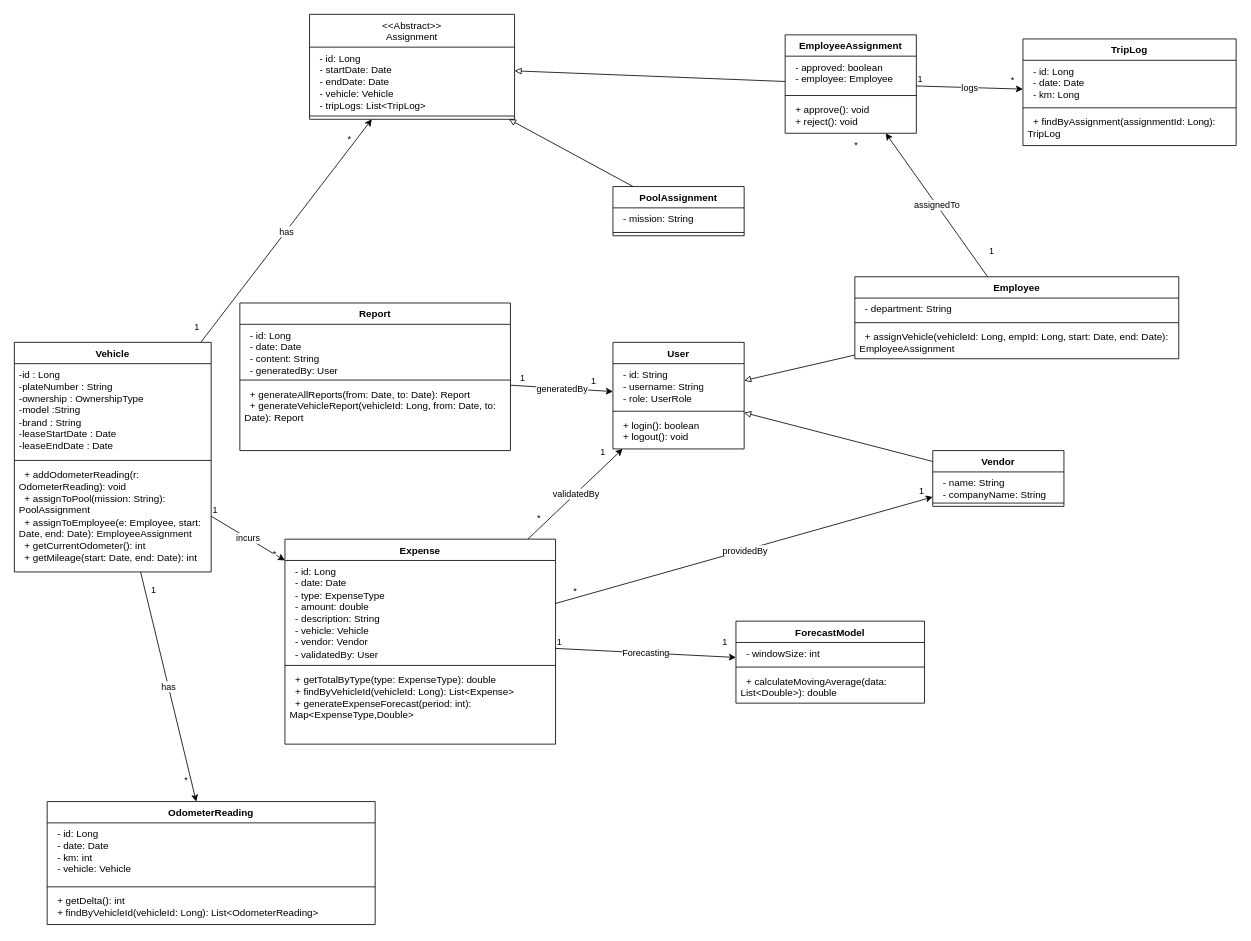
Above: diagrams/class_diagram.drawio in melihyelman/yazilimi-muhendisligi-proje (draw.io), before the change. Source tidied: cells renumbered, new cells numbered last; positions are measured from the earlier drawing's top-left corner, leaving out a move shared by most shapes. Both pictures are drawn from the tidied source at 82%, with x=0, y=0 at pixel (14, 14).
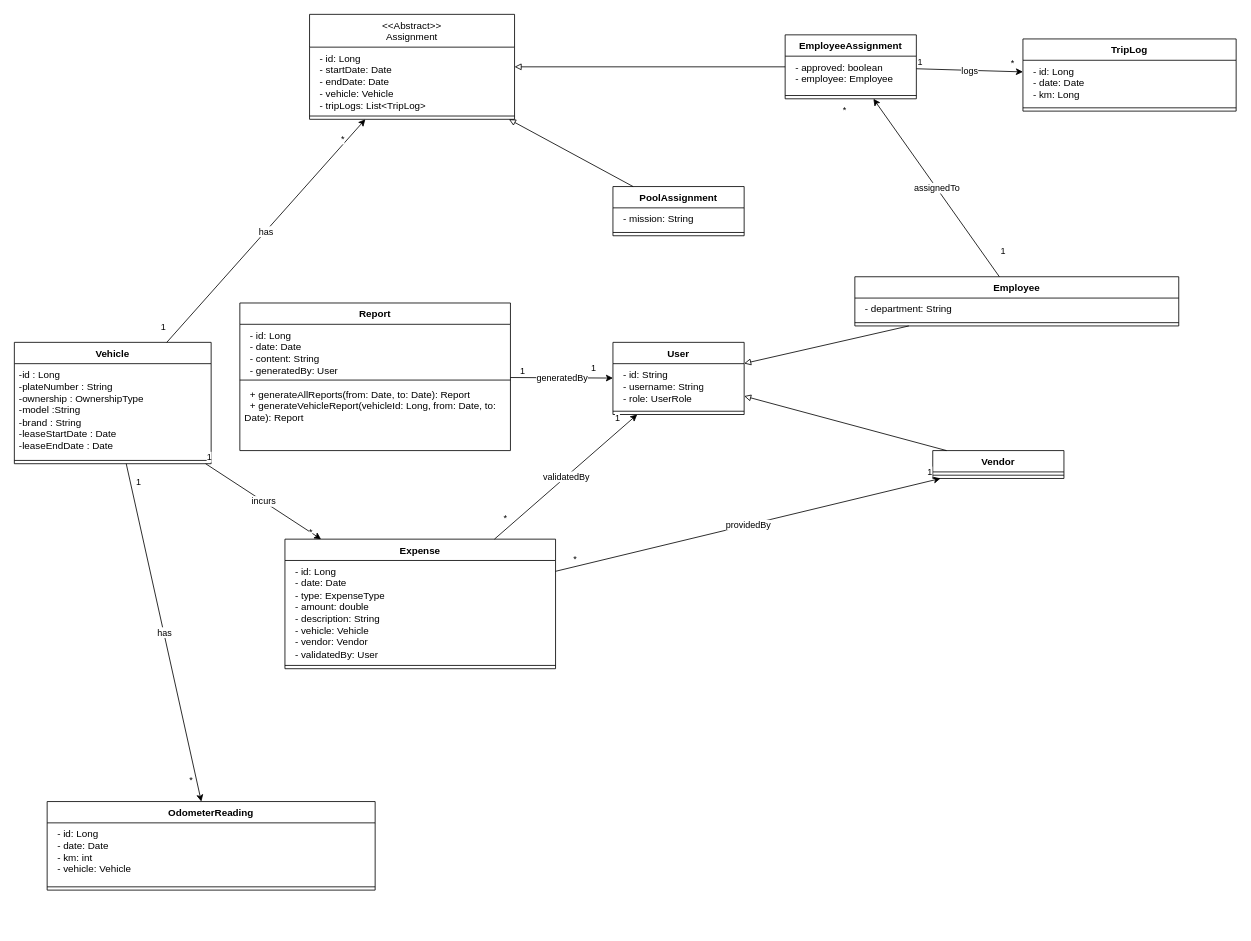
Above is the later version.

Change to the diagram source:
```diff
@@
     <mxCell id="2" value="Vehicle" style="swimlane;fontStyle=1;align=center;verticalAlign=top;horizontal=1;startSize=26;whiteSpace=wrap;html=1;" parent="1" vertex="1">
-      <mxGeometry y="400" width="240" height="280" as="geometry" />
+      <mxGeometry y="400" width="240" height="148" as="geometry" />
     </mxCell>
@@
-    <mxCell id="5" value="&lt;div&gt;&amp;nbsp; + addOdometerReading(r: OdometerReading): void&lt;/div&gt;&lt;div&gt;&amp;nbsp; + assignToPool(mission: String): PoolAssignment&lt;/div&gt;&lt;div&gt;&amp;nbsp; + assignToEmployee(e: Employee, start: Date, end: Date): EmployeeAssignment&lt;/div&gt;&lt;div&gt;&amp;nbsp; + getCurrentOdometer(): int&lt;/div&gt;&lt;div&gt;&amp;nbsp; + getMileage(start: Date, end: Date): int&lt;/div&gt;" style="text;strokeColor=none;fillColor=none;align=left;verticalAlign=top;spacingLeft=4;spacingRight=4;overflow=hidden;whiteSpace=wrap;html=1;" parent="2" vertex="1">
-      <mxGeometry y="148" width="240" height="132" as="geometry" />
-    </mxCell>
@@
     <mxCell id="13" value="OdometerReading" style="swimlane;fontStyle=1;align=center;verticalAlign=top;horizontal=1;startSize=26;whiteSpace=wrap;html=1;" parent="1" vertex="1">
-      <mxGeometry x="40" y="960" width="400" height="150" as="geometry" />
+      <mxGeometry x="40" y="960" width="400" height="108" as="geometry" />
     </mxCell>
@@
-    <mxCell id="16" value="&lt;div&gt;&amp;nbsp; + getDelta(): int&lt;/div&gt;&lt;div&gt;&amp;nbsp; + findByVehicleId(vehicleId: Long): List&amp;lt;OdometerReading&amp;gt;&lt;/div&gt;" style="text;strokeColor=none;fillColor=none;align=left;verticalAlign=top;spacingLeft=4;spacingRight=4;overflow=hidden;whiteSpace=wrap;html=1;" parent="13" vertex="1">
-      <mxGeometry y="108" width="400" height="42" as="geometry" />
-    </mxCell>
     <mxCell id="17" value="User" style="swimlane;fontStyle=1;align=center;verticalAlign=top;horizontal=1;startSize=26;whiteSpace=wrap;html=1;" parent="1" vertex="1">
-      <mxGeometry x="730" y="400" width="160" height="130" as="geometry" />
+      <mxGeometry x="730" y="400" width="160" height="88" as="geometry" />
     </mxCell>
@@
-    <mxCell id="20" value="&lt;div&gt;&amp;nbsp; + login(): boolean&lt;/div&gt;&lt;div&gt;&amp;nbsp; + logout(): void&lt;/div&gt;" style="text;strokeColor=none;fillColor=none;align=left;verticalAlign=top;spacingLeft=4;spacingRight=4;overflow=hidden;whiteSpace=wrap;html=1;" parent="17" vertex="1">
-      <mxGeometry y="88" width="160" height="42" as="geometry" />
-    </mxCell>
     <mxCell id="21" value="Expense" style="swimlane;fontStyle=1;align=center;verticalAlign=top;horizontal=1;startSize=26;whiteSpace=wrap;html=1;" parent="1" vertex="1">
-      <mxGeometry x="330" y="640" width="330" height="250" as="geometry" />
+      <mxGeometry x="330" y="640" width="330" height="158" as="geometry" />
     </mxCell>
@@
-    <mxCell id="24" value="&lt;div&gt;&amp;nbsp; + getTotalByType(type: ExpenseType): double&lt;/div&gt;&lt;div&gt;&amp;nbsp; + findByVehicleId(vehicleId: Long): List&amp;lt;Expense&amp;gt;&lt;/div&gt;&lt;div&gt;&amp;nbsp; + generateExpenseForecast(period: int): Map&amp;lt;ExpenseType,Double&amp;gt;&lt;/div&gt;" style="text;strokeColor=none;fillColor=none;align=left;verticalAlign=top;spacingLeft=4;spacingRight=4;overflow=hidden;whiteSpace=wrap;html=1;" parent="21" vertex="1">
-      <mxGeometry y="158" width="330" height="92" as="geometry" />
-    </mxCell>
     <mxCell id="25" value="EmployeeAssignment" style="swimlane;fontStyle=1;align=center;verticalAlign=top;horizontal=1;startSize=26;whiteSpace=wrap;html=1;" parent="1" vertex="1">
-      <mxGeometry x="940" y="25" width="160" height="120" as="geometry" />
+      <mxGeometry x="940" y="25" width="160" height="78" as="geometry" />
     </mxCell>
@@
-    <mxCell id="28" value="&lt;div&gt;&amp;nbsp; + approve(): void&lt;/div&gt;&lt;div&gt;&amp;nbsp; + reject(): void&lt;/div&gt;" style="text;strokeColor=none;fillColor=none;align=left;verticalAlign=top;spacingLeft=4;spacingRight=4;overflow=hidden;whiteSpace=wrap;html=1;" parent="25" vertex="1">
-      <mxGeometry y="78" width="160" height="42" as="geometry" />
-    </mxCell>
@@
-    <mxCell id="32" value="ForecastModel" style="swimlane;fontStyle=1;align=center;verticalAlign=top;horizontal=1;startSize=26;whiteSpace=wrap;html=1;" parent="1" vertex="1">
-      <mxGeometry x="880" y="740" width="230" height="100" as="geometry" />
-    </mxCell>
-    <mxCell id="33" value="&amp;nbsp; - windowSize: int" style="text;strokeColor=none;fillColor=none;align=left;verticalAlign=top;spacingLeft=4;spacingRight=4;overflow=hidden;whiteSpace=wrap;html=1;" parent="32" vertex="1">
-      <mxGeometry y="26" width="230" height="26" as="geometry" />
-    </mxCell>
-    <mxCell id="34" style="line;strokeWidth=1;fillColor=none;align=left;verticalAlign=middle;spacingTop=-1;spacingLeft=3;spacingRight=3;labelPosition=right;strokeColor=inherit;" parent="32" vertex="1">
-      <mxGeometry y="52" width="230" height="8" as="geometry" />
-    </mxCell>
-    <mxCell id="35" value="&amp;nbsp; + calculateMovingAverage(data: List&amp;lt;Double&amp;gt;): double" style="text;strokeColor=none;fillColor=none;align=left;verticalAlign=top;spacingLeft=4;spacingRight=4;overflow=hidden;whiteSpace=wrap;html=1;" parent="32" vertex="1">
-      <mxGeometry y="60" width="230" height="40" as="geometry" />
-    </mxCell>
     <mxCell id="36" value="Employee" style="swimlane;fontStyle=1;align=center;verticalAlign=top;horizontal=1;startSize=26;whiteSpace=wrap;html=1;" parent="1" vertex="1">
-      <mxGeometry x="1025" y="320" width="395" height="100" as="geometry" />
+      <mxGeometry x="1025" y="320" width="395" height="60" as="geometry" />
     </mxCell>
@@
-    <mxCell id="39" value="&amp;nbsp; + assignVehicle(vehicleId: Long, empId: Long, start: Date, end: Date): EmployeeAssignment" style="text;strokeColor=none;fillColor=none;align=left;verticalAlign=top;spacingLeft=4;spacingRight=4;overflow=hidden;whiteSpace=wrap;html=1;" parent="36" vertex="1">
-      <mxGeometry y="60" width="395" height="40" as="geometry" />
-    </mxCell>
     <mxCell id="40" value="Vendor" style="swimlane;fontStyle=1;align=center;verticalAlign=top;horizontal=1;startSize=26;whiteSpace=wrap;html=1;" parent="1" vertex="1">
-      <mxGeometry x="1120" y="532" width="160" height="68" as="geometry" />
+      <mxGeometry x="1120" y="532" width="160" height="34" as="geometry" />
     </mxCell>
-    <mxCell id="41" value="&lt;div&gt;&amp;nbsp; - name: String&lt;/div&gt;&lt;div&gt;&amp;nbsp; - companyName: String&lt;/div&gt;" style="text;strokeColor=none;fillColor=none;align=left;verticalAlign=top;spacingLeft=4;spacingRight=4;overflow=hidden;whiteSpace=wrap;html=1;" parent="40" vertex="1">
-      <mxGeometry y="26" width="160" height="34" as="geometry" />
-    </mxCell>
     <mxCell id="42" style="line;strokeWidth=1;fillColor=none;align=left;verticalAlign=middle;spacingTop=-1;spacingLeft=3;spacingRight=3;labelPosition=right;strokeColor=inherit;" parent="40" vertex="1">
-      <mxGeometry y="60" width="160" height="8" as="geometry" />
+      <mxGeometry y="26" width="160" height="8" as="geometry" />
     </mxCell>
     <mxCell id="43" value="TripLog" style="swimlane;fontStyle=1;align=center;verticalAlign=top;horizontal=1;startSize=26;whiteSpace=wrap;html=1;" parent="1" vertex="1">
-      <mxGeometry x="1230" y="30" width="260" height="130" as="geometry" />
+      <mxGeometry x="1230" y="30" width="260" height="88" as="geometry" />
     </mxCell>
@@
-    <mxCell id="46" value="&amp;nbsp; + findByAssignment(assignmentId: Long): TripLog" style="text;strokeColor=none;fillColor=none;align=left;verticalAlign=top;spacingLeft=4;spacingRight=4;overflow=hidden;whiteSpace=wrap;html=1;" parent="43" vertex="1">
-      <mxGeometry y="88" width="260" height="42" as="geometry" />
-    </mxCell>
@@
-    <mxCell id="63" style="endArrow=classic;html=1;rounded=0;" parent="1" edge="1" source="21" target="32">
-      <mxGeometry relative="1" as="geometry" />
-    </mxCell>
-    <mxCell id="64" value="Forecasting" style="edgeLabel;html=1;align=center;verticalAlign=middle;" parent="63" vertex="1">
-      <mxGeometry relative="1" as="geometry" />
-    </mxCell>
-    <mxCell id="65" value="1" style="edgeLabel;html=1;align=left;verticalAlign=bottom;" parent="63" vertex="1">
-      <mxGeometry x="-1" relative="1" as="geometry" />
-    </mxCell>
-    <mxCell id="66" value="1" style="edgeLabel;html=1;align=right;verticalAlign=bottom;" parent="63" vertex="1">
-      <mxGeometry x="1" relative="1" as="geometry">
-        <mxPoint x="-10" y="-10" as="offset" />
-      </mxGeometry>
-    </mxCell>
```
